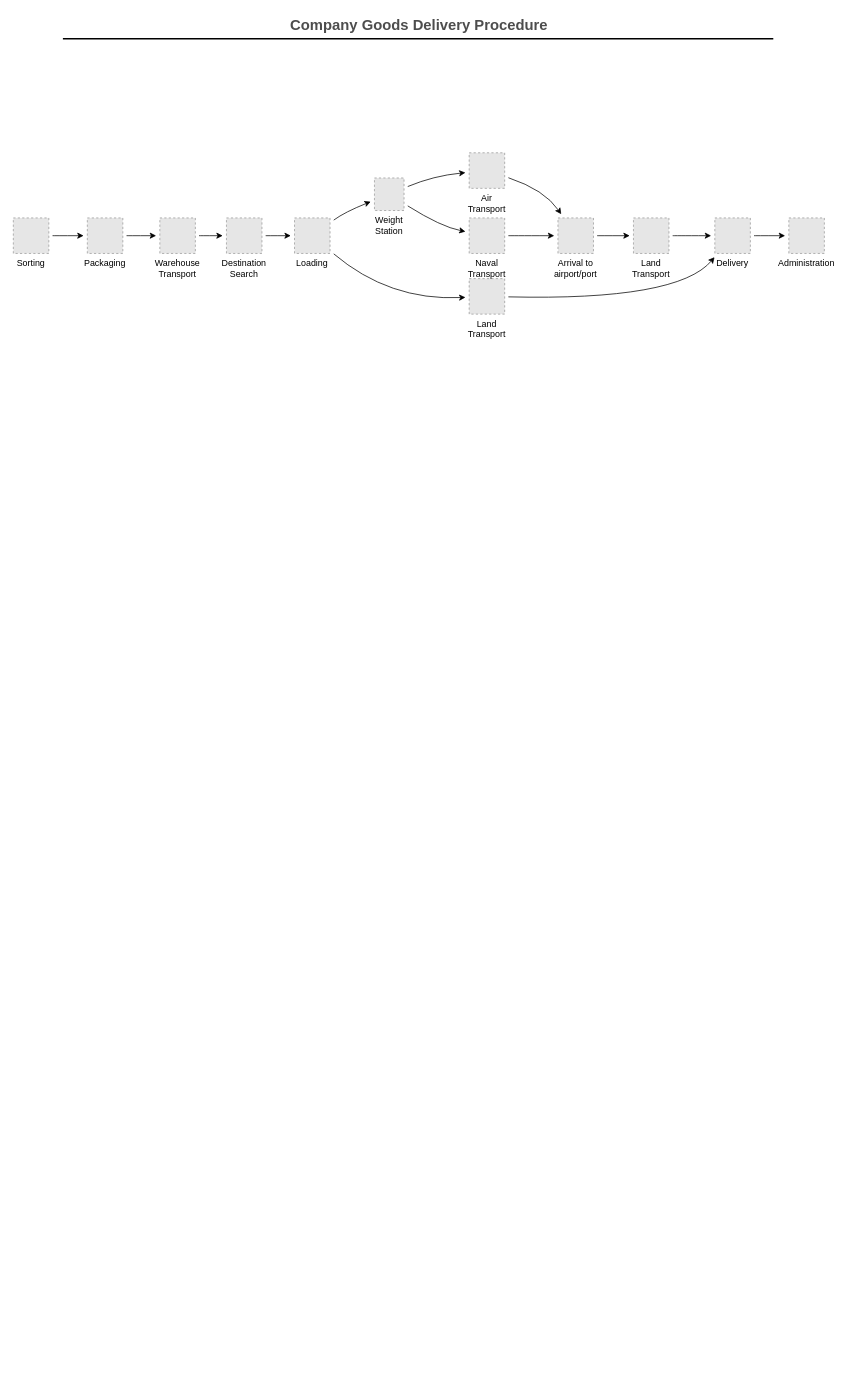
This is Untitled Diagram.drawio from Haynar51/config-repo, a draw.io file, before an edit. Source tidied: cells renumbered, new cells numbered last; positions are measured from the earlier drawing's top-left corner, leaving out a move shared by most shapes. Both pictures are drawn from the tidied source at 74%, with x=0, y=0 at pixel (13, 13). Pictures stored in the file or linked from it are replaced by grey dashed boxes.
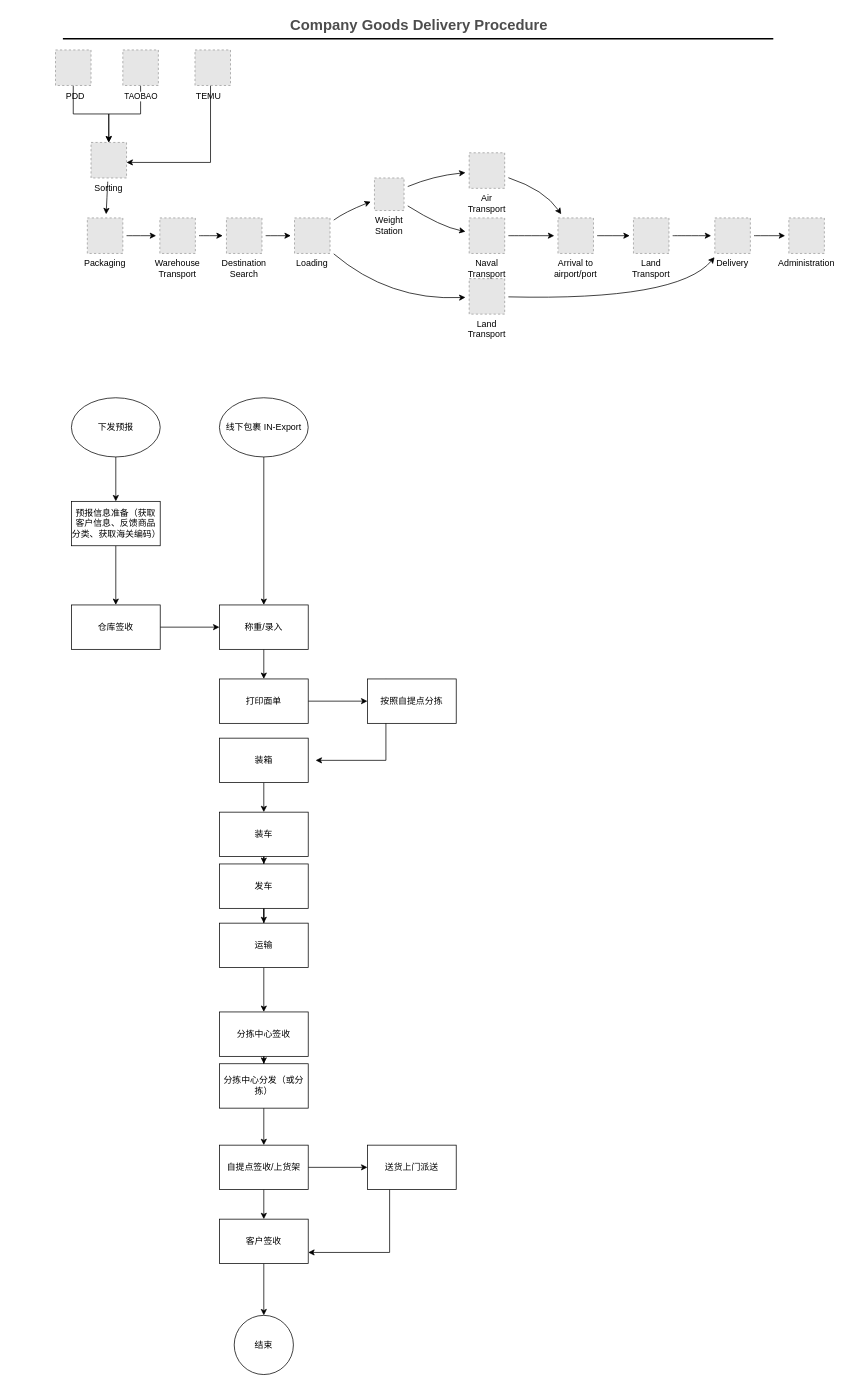
After the change.

Diff of the diagram source:
```diff
@@
     <mxCell id="5" value="Sorting" style="fillColor=#E6E6E6;strokeColor=#999999;dashed=1;verticalLabelPosition=bottom;verticalAlign=top;" parent="1" vertex="1">
-      <mxGeometry x="0.5" y="277" width="48" height="48" as="geometry" />
+      <mxGeometry x="105.5" y="175" width="48" height="48" as="geometry" />
     </mxCell>
@@
+    <mxCell id="31" style="edgeStyle=orthogonalEdgeStyle;rounded=0;jettySize=auto;html=1;" parent="1" edge="1" source="32" target="5">
+      <mxGeometry relative="1" as="geometry" />
+    </mxCell>
+    <mxCell id="32" style="fillColor=#E6E6E6;strokeColor=#999999;dashed=1;verticalLabelPosition=bottom;verticalAlign=top;" parent="1" vertex="1">
+      <mxGeometry x="57.5" y="50" width="48" height="48" as="geometry" />
+    </mxCell>
+    <mxCell id="33" style="edgeStyle=orthogonalEdgeStyle;rounded=0;jettySize=auto;html=1;" parent="1" edge="1" source="35" target="5">
+      <mxGeometry relative="1" as="geometry" />
+    </mxCell>
+    <mxCell id="34" value="TAOBAO" style="edgeLabel;html=1;align=center;verticalAlign=middle;" parent="33" vertex="1">
+      <mxGeometry x="-0.56" y="2" relative="1" as="geometry">
+        <mxPoint x="-2" y="-12" as="offset" />
+      </mxGeometry>
+    </mxCell>
+    <mxCell id="35" style="fillColor=#E6E6E6;strokeColor=#999999;dashed=1;verticalLabelPosition=bottom;verticalAlign=top;" parent="1" vertex="1">
+      <mxGeometry x="148.5" y="50" width="48" height="48" as="geometry" />
+    </mxCell>
+    <mxCell id="36" style="edgeStyle=orthogonalEdgeStyle;rounded=0;jettySize=auto;html=1;" parent="1" edge="1" source="37" target="5">
+      <mxGeometry relative="1" as="geometry">
+        <Array as="points">
+          <mxPoint x="267" y="202" />
+        </Array>
+      </mxGeometry>
+    </mxCell>
+    <mxCell id="37" style="fillColor=#E6E6E6;strokeColor=#999999;dashed=1;verticalLabelPosition=bottom;verticalAlign=top;" parent="1" vertex="1">
+      <mxGeometry x="246" y="50" width="48" height="48" as="geometry" />
+    </mxCell>
+    <mxCell id="38" value="TEMU" style="text;html=1;align=center;verticalAlign=middle;strokeColor=none;fillColor=none;" parent="1" vertex="1">
+      <mxGeometry x="234" y="98" width="60" height="30" as="geometry" />
+    </mxCell>
+    <mxCell id="39" value="PDD" style="text;html=1;align=center;verticalAlign=middle;strokeColor=none;fillColor=none;" parent="1" vertex="1">
+      <mxGeometry x="59" y="98" width="50" height="30" as="geometry" />
+    </mxCell>
+    <mxCell id="40" style="edgeStyle=orthogonalEdgeStyle;rounded=0;jettySize=auto;html=1;" parent="1" edge="1" source="41" target="43">
+      <mxGeometry relative="1" as="geometry" />
+    </mxCell>
+    <mxCell id="41" value="下发预报" style="ellipse;whiteSpace=wrap;html=1;" parent="1" vertex="1">
+      <mxGeometry x="79" y="520" width="120" height="80" as="geometry" />
+    </mxCell>
+    <mxCell id="42" style="edgeStyle=orthogonalEdgeStyle;rounded=0;jettySize=auto;html=1;" parent="1" edge="1" source="43" target="46">
+      <mxGeometry relative="1" as="geometry" />
+    </mxCell>
+    <mxCell id="43" value="预报信息准备（获取客户信息、反馈商品分类、获取海关编码）" style="whiteSpace=wrap;html=1;" parent="1" vertex="1">
+      <mxGeometry x="79" y="660" width="120" height="60" as="geometry" />
+    </mxCell>
+    <mxCell id="44" style="edgeStyle=orthogonalEdgeStyle;rounded=0;jettySize=auto;html=1;" parent="1" edge="1" source="49" target="48">
+      <mxGeometry relative="1" as="geometry" />
+    </mxCell>
+    <mxCell id="45" style="edgeStyle=orthogonalEdgeStyle;rounded=0;jettySize=auto;html=1;" parent="1" edge="1" source="46" target="49">
+      <mxGeometry relative="1" as="geometry" />
+    </mxCell>
+    <mxCell id="46" value="仓库签收" style="whiteSpace=wrap;html=1;" parent="1" vertex="1">
+      <mxGeometry x="79" y="800" width="120" height="60" as="geometry" />
+    </mxCell>
+    <mxCell id="47" style="edgeStyle=orthogonalEdgeStyle;rounded=0;jettySize=auto;html=1;" parent="1" edge="1" source="48" target="63">
+      <mxGeometry relative="1" as="geometry" />
+    </mxCell>
+    <mxCell id="48" value="打印面单" style="whiteSpace=wrap;html=1;" parent="1" vertex="1">
+      <mxGeometry x="279" y="900" width="120" height="60" as="geometry" />
+    </mxCell>
+    <mxCell id="49" value="称重/录入" style="whiteSpace=wrap;html=1;" parent="1" vertex="1">
+      <mxGeometry x="279" y="800" width="120" height="60" as="geometry" />
+    </mxCell>
+    <mxCell id="50" style="edgeStyle=orthogonalEdgeStyle;rounded=0;jettySize=auto;html=1;" parent="1" edge="1" source="51" target="49">
+      <mxGeometry relative="1" as="geometry" />
+    </mxCell>
+    <mxCell id="51" value="线下包裹 IN-Export" style="ellipse;whiteSpace=wrap;html=1;" parent="1" vertex="1">
+      <mxGeometry x="279" y="520" width="120" height="80" as="geometry" />
+    </mxCell>
+    <mxCell id="52" style="edgeStyle=orthogonalEdgeStyle;rounded=0;jettySize=auto;html=1;" parent="1" edge="1" source="53" target="55">
+      <mxGeometry relative="1" as="geometry" />
+    </mxCell>
+    <mxCell id="53" value="装箱" style="whiteSpace=wrap;html=1;" parent="1" vertex="1">
+      <mxGeometry x="279" y="980" width="120" height="60" as="geometry" />
+    </mxCell>
+    <mxCell id="54" style="edgeStyle=orthogonalEdgeStyle;rounded=0;jettySize=auto;html=1;" parent="1" edge="1" source="55" target="57">
+      <mxGeometry relative="1" as="geometry" />
+    </mxCell>
+    <mxCell id="55" value="装车" style="whiteSpace=wrap;html=1;" parent="1" vertex="1">
+      <mxGeometry x="279" y="1080" width="120" height="60" as="geometry" />
+    </mxCell>
+    <mxCell id="56" style="edgeStyle=orthogonalEdgeStyle;rounded=0;jettySize=auto;html=1;" parent="1" edge="1" source="57" target="59">
+      <mxGeometry relative="1" as="geometry" />
+    </mxCell>
+    <mxCell id="57" value="发车" style="whiteSpace=wrap;html=1;" parent="1" vertex="1">
+      <mxGeometry x="279" y="1150" width="120" height="60" as="geometry" />
+    </mxCell>
+    <mxCell id="58" style="edgeStyle=orthogonalEdgeStyle;rounded=0;jettySize=auto;html=1;" parent="1" edge="1" source="59" target="61">
+      <mxGeometry relative="1" as="geometry" />
+    </mxCell>
+    <mxCell id="59" value="运输" style="whiteSpace=wrap;html=1;" parent="1" vertex="1">
+      <mxGeometry x="279" y="1230" width="120" height="60" as="geometry" />
+    </mxCell>
+    <mxCell id="60" style="edgeStyle=orthogonalEdgeStyle;rounded=0;jettySize=auto;html=1;" parent="1" edge="1" source="61" target="65">
+      <mxGeometry relative="1" as="geometry" />
+    </mxCell>
+    <mxCell id="61" value="分拣中心签收" style="whiteSpace=wrap;html=1;" parent="1" vertex="1">
+      <mxGeometry x="279" y="1350" width="120" height="60" as="geometry" />
+    </mxCell>
+    <mxCell id="62" style="edgeStyle=orthogonalEdgeStyle;rounded=0;orthogonalLoop=1;jettySize=auto;html=1;" parent="1" edge="1">
+      <mxGeometry relative="1" as="geometry">
+        <mxPoint x="504" y="900" as="sourcePoint" />
+        <mxPoint x="409" y="1010" as="targetPoint" />
+        <Array as="points">
+          <mxPoint x="504" y="1010" />
+        </Array>
+      </mxGeometry>
+    </mxCell>
+    <mxCell id="63" value="按照自提点分拣" style="whiteSpace=wrap;html=1;" parent="1" vertex="1">
+      <mxGeometry x="479" y="900" width="120" height="60" as="geometry" />
+    </mxCell>
+    <mxCell id="64" style="edgeStyle=orthogonalEdgeStyle;rounded=0;jettySize=auto;html=1;" parent="1" edge="1" source="65" target="68">
+      <mxGeometry relative="1" as="geometry" />
+    </mxCell>
+    <mxCell id="65" value="分拣中心分发（或分拣）" style="whiteSpace=wrap;html=1;" parent="1" vertex="1">
+      <mxGeometry x="279" y="1420" width="120" height="60" as="geometry" />
+    </mxCell>
+    <mxCell id="66" style="edgeStyle=orthogonalEdgeStyle;rounded=0;jettySize=auto;html=1;" parent="1" edge="1" source="68" target="70">
+      <mxGeometry relative="1" as="geometry" />
+    </mxCell>
+    <mxCell id="67" style="edgeStyle=orthogonalEdgeStyle;rounded=0;jettySize=auto;html=1;" parent="1" edge="1" source="68" target="72">
+      <mxGeometry relative="1" as="geometry" />
+    </mxCell>
+    <mxCell id="68" value="自提点签收/上货架" style="whiteSpace=wrap;html=1;" parent="1" vertex="1">
+      <mxGeometry x="279" y="1530" width="120" height="60" as="geometry" />
+    </mxCell>
+    <mxCell id="69" style="edgeStyle=orthogonalEdgeStyle;rounded=0;jettySize=auto;html=1;" parent="1" edge="1" source="70" target="73">
+      <mxGeometry relative="1" as="geometry" />
+    </mxCell>
+    <mxCell id="70" value="客户签收" style="whiteSpace=wrap;html=1;" parent="1" vertex="1">
+      <mxGeometry x="279" y="1630" width="120" height="60" as="geometry" />
+    </mxCell>
+    <mxCell id="71" style="edgeStyle=orthogonalEdgeStyle;rounded=0;jettySize=auto;html=1;entryX=1;entryY=0.75;entryDx=0;entryDy=0;exitX=0.25;exitY=1;exitDx=0;exitDy=0;" parent="1" edge="1" source="72" target="70">
+      <mxGeometry relative="1" as="geometry" />
+    </mxCell>
+    <mxCell id="72" value="送货上门派送" style="whiteSpace=wrap;html=1;" parent="1" vertex="1">
+      <mxGeometry x="479" y="1530" width="120" height="60" as="geometry" />
+    </mxCell>
+    <mxCell id="73" value="结束" style="ellipse;whiteSpace=wrap;html=1;" parent="1" vertex="1">
+      <mxGeometry x="299" y="1760" width="80" height="80" as="geometry" />
+    </mxCell>
```
